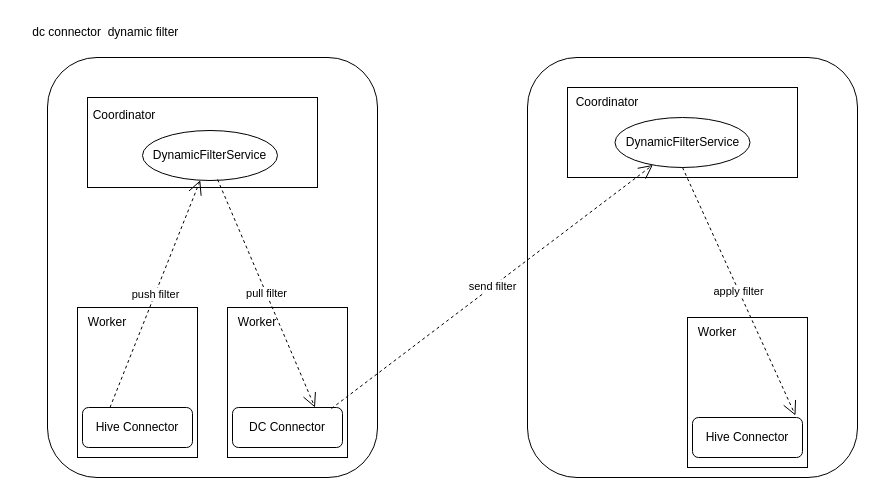
Earlier version of the draw.io diagram page "dc connector runtime filter" (9 of 9) of presto源码解析时序图.drawio (huangxiaopingRD/diagrams). Source tidied: cells renumbered, new cells numbered last; positions are measured from the earlier drawing's top-left corner, leaving out a move shared by most shapes. Both pictures are drawn from the tidied source at 100%, with x=0, y=0 at pixel (17, 17).
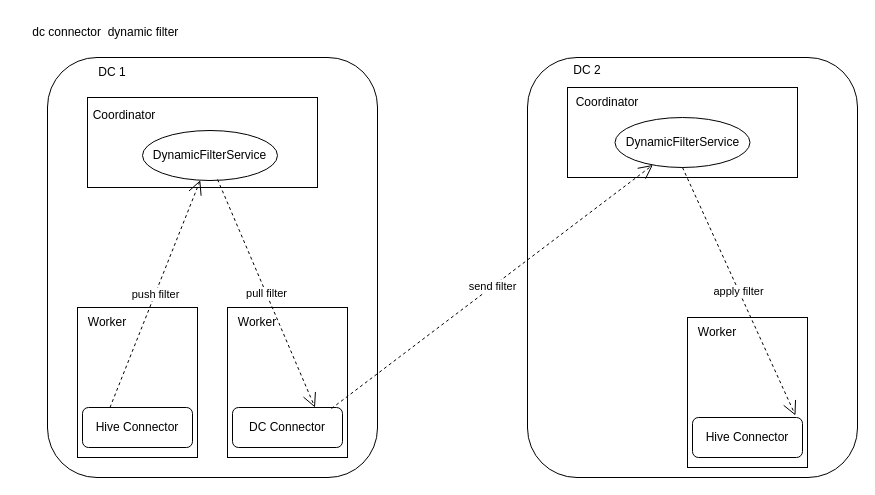
The same diagram, later.

Commit message:
Update presto源码解析时序图.drawio

Change to the diagram source:
```diff
@@
+    <mxCell id="24" value="DC 1" style="text;html=1;strokeColor=none;fillColor=none;align=center;verticalAlign=middle;whiteSpace=wrap;rounded=0;" parent="1" vertex="1">
+      <mxGeometry x="65" y="40" width="60" height="30" as="geometry" />
+    </mxCell>
+    <mxCell id="25" value="DC 2" style="text;html=1;strokeColor=none;fillColor=none;align=center;verticalAlign=middle;whiteSpace=wrap;rounded=0;" parent="1" vertex="1">
+      <mxGeometry x="540" y="38" width="60" height="30" as="geometry" />
+    </mxCell>
```
